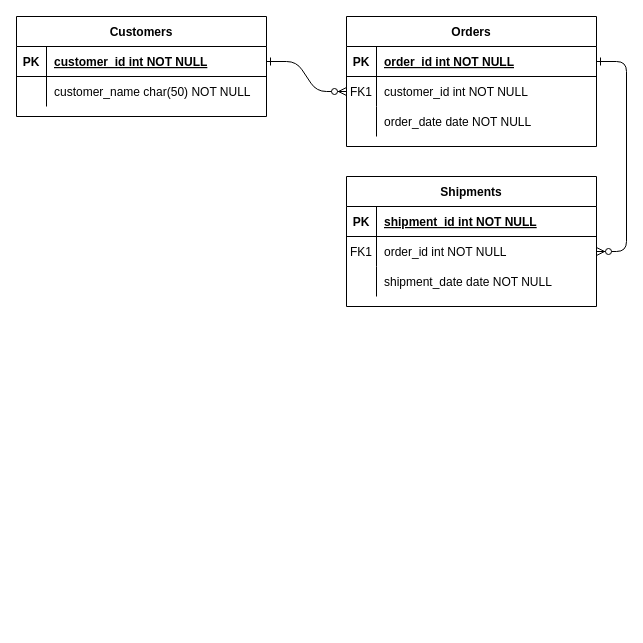
Above: Untitled Diagram.drawio in skyhunter96/libApp (draw.io), before the change. Source tidied: cells renumbered, new cells numbered last; positions are measured from the earlier drawing's top-left corner, leaving out a move shared by most shapes. Both pictures are drawn from the tidied source at 100%, with x=0, y=0 at pixel (16, 16).
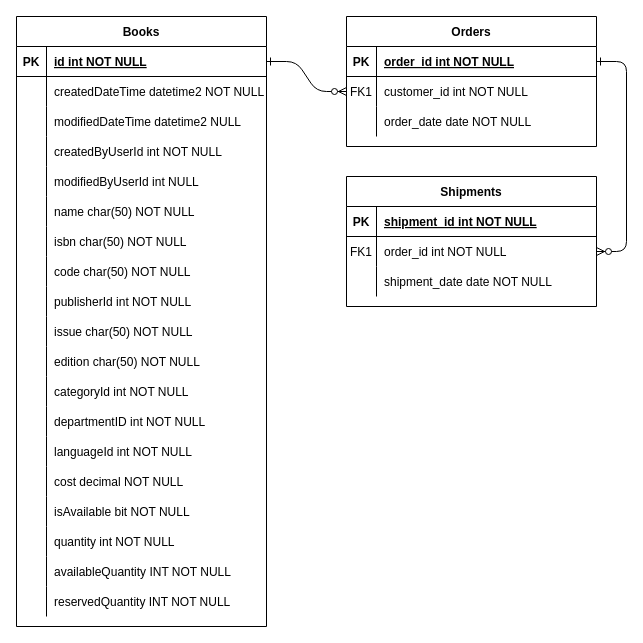
The same diagram, later.

Unchanged cells that the change refers to:
```xml
<mxCell id="25" style="shape=partialRectangle;fillColor=none;points=[[0,0.5],[1,0.5]];portConstraint=eastwest;top=0;left=0;right=0;bottom=1;" parent="24" vertex="1">
  <mxGeometry y="30" width="250" height="30" as="geometry" />
</mxCell>
```

Change to the diagram source:
```diff
@@
-    <mxCell id="24" value="Customers" style="shape=table;startSize=30;childLayout=tableLayout;rowLines=0;fontStyle=1;align=center;" parent="1" vertex="1">
-      <mxGeometry width="250" height="100" as="geometry" />
+    <mxCell id="24" value="Books" style="shape=table;startSize=30;childLayout=tableLayout;rowLines=0;fontStyle=1;align=center;" parent="1" vertex="1">
+      <mxGeometry width="250" height="610" as="geometry" />
     </mxCell>
@@
-    <mxCell id="27" value="customer_id int NOT NULL " style="shape=partialRectangle;overflow=hidden;fillColor=none;top=0;left=0;bottom=0;right=0;align=left;spacingLeft=6;fontStyle=5;" parent="25" vertex="1">
+    <mxCell id="27" value="id int NOT NULL " style="shape=partialRectangle;overflow=hidden;fillColor=none;top=0;left=0;bottom=0;right=0;align=left;spacingLeft=6;fontStyle=5;" parent="25" vertex="1">
       <mxGeometry x="30" width="220" height="30" as="geometry" />
     </mxCell>
+    <mxCell id="31" style="shape=partialRectangle;fillColor=none;top=0;left=0;right=0;bottom=0;" parent="24" vertex="1">
+      <mxGeometry y="60" width="250" height="30" as="geometry" />
+    </mxCell>
+    <mxCell id="32" style="shape=partialRectangle;overflow=hidden;fillColor=none;top=0;left=0;bottom=0;right=0;" parent="31" vertex="1">
+      <mxGeometry width="30" height="30" as="geometry" />
+    </mxCell>
+    <mxCell id="33" value="createdDateTime datetime2 NOT NULL" style="shape=partialRectangle;overflow=hidden;fillColor=none;top=0;left=0;bottom=0;right=0;align=left;spacingLeft=6;" parent="31" vertex="1">
+      <mxGeometry x="30" width="220" height="30" as="geometry" />
+    </mxCell>
+    <mxCell id="34" style="shape=partialRectangle;fillColor=none;top=0;left=0;right=0;bottom=0;" parent="24" vertex="1">
+      <mxGeometry y="90" width="250" height="30" as="geometry" />
+    </mxCell>
+    <mxCell id="35" style="shape=partialRectangle;overflow=hidden;fillColor=none;top=0;left=0;bottom=0;right=0;" parent="34" vertex="1">
+      <mxGeometry width="30" height="30" as="geometry" />
+    </mxCell>
+    <mxCell id="36" value="modifiedDateTime datetime2 NULL" style="shape=partialRectangle;overflow=hidden;fillColor=none;top=0;left=0;bottom=0;right=0;align=left;spacingLeft=6;" parent="34" vertex="1">
+      <mxGeometry x="30" width="220" height="30" as="geometry" />
+    </mxCell>
+    <mxCell id="37" style="shape=partialRectangle;fillColor=none;top=0;left=0;right=0;bottom=0;" parent="24" vertex="1">
+      <mxGeometry y="120" width="250" height="30" as="geometry" />
+    </mxCell>
+    <mxCell id="38" style="shape=partialRectangle;overflow=hidden;fillColor=none;top=0;left=0;bottom=0;right=0;" parent="37" vertex="1">
+      <mxGeometry width="30" height="30" as="geometry" />
+    </mxCell>
+    <mxCell id="39" value="createdByUserId int NOT NULL" style="shape=partialRectangle;overflow=hidden;fillColor=none;top=0;left=0;bottom=0;right=0;align=left;spacingLeft=6;" parent="37" vertex="1">
+      <mxGeometry x="30" width="220" height="30" as="geometry" />
+    </mxCell>
+    <mxCell id="40" style="shape=partialRectangle;fillColor=none;top=0;left=0;right=0;bottom=0;" parent="24" vertex="1">
+      <mxGeometry y="150" width="250" height="30" as="geometry" />
+    </mxCell>
+    <mxCell id="41" style="shape=partialRectangle;overflow=hidden;fillColor=none;top=0;left=0;bottom=0;right=0;" parent="40" vertex="1">
+      <mxGeometry width="30" height="30" as="geometry" />
+    </mxCell>
+    <mxCell id="42" value="modifiedByUserId int NULL" style="shape=partialRectangle;overflow=hidden;fillColor=none;top=0;left=0;bottom=0;right=0;align=left;spacingLeft=6;" parent="40" vertex="1">
+      <mxGeometry x="30" width="220" height="30" as="geometry" />
+    </mxCell>
     <mxCell id="28" style="shape=partialRectangle;fillColor=none;top=0;left=0;right=0;bottom=0;" parent="24" vertex="1">
-      <mxGeometry y="60" width="250" height="30" as="geometry" />
+      <mxGeometry y="180" width="250" height="30" as="geometry" />
     </mxCell>
@@
-    <mxCell id="30" value="customer_name char(50) NOT NULL" style="shape=partialRectangle;overflow=hidden;fillColor=none;top=0;left=0;bottom=0;right=0;align=left;spacingLeft=6;" parent="28" vertex="1">
+    <mxCell id="30" value="name char(50) NOT NULL" style="shape=partialRectangle;overflow=hidden;fillColor=none;top=0;left=0;bottom=0;right=0;align=left;spacingLeft=6;" parent="28" vertex="1">
       <mxGeometry x="30" width="220" height="30" as="geometry" />
     </mxCell>
+    <mxCell id="43" style="shape=partialRectangle;fillColor=none;top=0;left=0;right=0;bottom=0;" parent="24" vertex="1">
+      <mxGeometry y="210" width="250" height="30" as="geometry" />
+    </mxCell>
+    <mxCell id="44" style="shape=partialRectangle;overflow=hidden;fillColor=none;top=0;left=0;bottom=0;right=0;" parent="43" vertex="1">
+      <mxGeometry width="30" height="30" as="geometry" />
+    </mxCell>
+    <mxCell id="45" value="isbn char(50) NOT NULL" style="shape=partialRectangle;overflow=hidden;fillColor=none;top=0;left=0;bottom=0;right=0;align=left;spacingLeft=6;" parent="43" vertex="1">
+      <mxGeometry x="30" width="220" height="30" as="geometry" />
+    </mxCell>
+    <mxCell id="46" style="shape=partialRectangle;fillColor=none;top=0;left=0;right=0;bottom=0;" parent="24" vertex="1">
+      <mxGeometry y="240" width="250" height="30" as="geometry" />
+    </mxCell>
+    <mxCell id="47" style="shape=partialRectangle;overflow=hidden;fillColor=none;top=0;left=0;bottom=0;right=0;" parent="46" vertex="1">
+      <mxGeometry width="30" height="30" as="geometry" />
+    </mxCell>
+    <mxCell id="48" value="code char(50) NOT NULL" style="shape=partialRectangle;overflow=hidden;fillColor=none;top=0;left=0;bottom=0;right=0;align=left;spacingLeft=6;" parent="46" vertex="1">
+      <mxGeometry x="30" width="220" height="30" as="geometry" />
+    </mxCell>
+    <mxCell id="49" style="shape=partialRectangle;fillColor=none;top=0;left=0;right=0;bottom=0;" parent="24" vertex="1">
+      <mxGeometry y="270" width="250" height="30" as="geometry" />
+    </mxCell>
+    <mxCell id="50" style="shape=partialRectangle;overflow=hidden;fillColor=none;top=0;left=0;bottom=0;right=0;" parent="49" vertex="1">
+      <mxGeometry width="30" height="30" as="geometry" />
+    </mxCell>
+    <mxCell id="51" value="publisherId int NOT NULL" style="shape=partialRectangle;overflow=hidden;fillColor=none;top=0;left=0;bottom=0;right=0;align=left;spacingLeft=6;" parent="49" vertex="1">
+      <mxGeometry x="30" width="220" height="30" as="geometry" />
+    </mxCell>
+    <mxCell id="52" style="shape=partialRectangle;fillColor=none;top=0;left=0;right=0;bottom=0;" parent="24" vertex="1">
+      <mxGeometry y="300" width="250" height="30" as="geometry" />
+    </mxCell>
+    <mxCell id="53" style="shape=partialRectangle;overflow=hidden;fillColor=none;top=0;left=0;bottom=0;right=0;" parent="52" vertex="1">
+      <mxGeometry width="30" height="30" as="geometry" />
+    </mxCell>
+    <mxCell id="54" value="issue char(50) NOT NULL" style="shape=partialRectangle;overflow=hidden;fillColor=none;top=0;left=0;bottom=0;right=0;align=left;spacingLeft=6;" parent="52" vertex="1">
+      <mxGeometry x="30" width="220" height="30" as="geometry" />
+    </mxCell>
+    <mxCell id="55" style="shape=partialRectangle;fillColor=none;top=0;left=0;right=0;bottom=0;" parent="24" vertex="1">
+      <mxGeometry y="330" width="250" height="30" as="geometry" />
+    </mxCell>
+    <mxCell id="56" style="shape=partialRectangle;overflow=hidden;fillColor=none;top=0;left=0;bottom=0;right=0;" parent="55" vertex="1">
+      <mxGeometry width="30" height="30" as="geometry" />
+    </mxCell>
+    <mxCell id="57" value="edition char(50) NOT NULL" style="shape=partialRectangle;overflow=hidden;fillColor=none;top=0;left=0;bottom=0;right=0;align=left;spacingLeft=6;" parent="55" vertex="1">
+      <mxGeometry x="30" width="220" height="30" as="geometry" />
+    </mxCell>
+    <mxCell id="58" style="shape=partialRectangle;fillColor=none;top=0;left=0;right=0;bottom=0;" parent="24" vertex="1">
+      <mxGeometry y="360" width="250" height="30" as="geometry" />
+    </mxCell>
+    <mxCell id="59" style="shape=partialRectangle;overflow=hidden;fillColor=none;top=0;left=0;bottom=0;right=0;" parent="58" vertex="1">
+      <mxGeometry width="30" height="30" as="geometry" />
+    </mxCell>
+    <mxCell id="60" value="categoryId int NOT NULL" style="shape=partialRectangle;overflow=hidden;fillColor=none;top=0;left=0;bottom=0;right=0;align=left;spacingLeft=6;" parent="58" vertex="1">
+      <mxGeometry x="30" width="220" height="30" as="geometry" />
+    </mxCell>
+    <mxCell id="61" style="shape=partialRectangle;fillColor=none;top=0;left=0;right=0;bottom=0;" parent="24" vertex="1">
+      <mxGeometry y="390" width="250" height="30" as="geometry" />
+    </mxCell>
+    <mxCell id="62" style="shape=partialRectangle;overflow=hidden;fillColor=none;top=0;left=0;bottom=0;right=0;" parent="61" vertex="1">
+      <mxGeometry width="30" height="30" as="geometry" />
+    </mxCell>
+    <mxCell id="63" value="departmentID int NOT NULL" style="shape=partialRectangle;overflow=hidden;fillColor=none;top=0;left=0;bottom=0;right=0;align=left;spacingLeft=6;" parent="61" vertex="1">
+      <mxGeometry x="30" width="220" height="30" as="geometry" />
+    </mxCell>
+    <mxCell id="64" style="shape=partialRectangle;fillColor=none;top=0;left=0;right=0;bottom=0;" parent="24" vertex="1">
+      <mxGeometry y="420" width="250" height="30" as="geometry" />
+    </mxCell>
+    <mxCell id="65" style="shape=partialRectangle;overflow=hidden;fillColor=none;top=0;left=0;bottom=0;right=0;" parent="64" vertex="1">
+      <mxGeometry width="30" height="30" as="geometry" />
+    </mxCell>
+    <mxCell id="66" value="languageId int NOT NULL" style="shape=partialRectangle;overflow=hidden;fillColor=none;top=0;left=0;bottom=0;right=0;align=left;spacingLeft=6;" parent="64" vertex="1">
+      <mxGeometry x="30" width="220" height="30" as="geometry" />
+    </mxCell>
+    <mxCell id="67" style="shape=partialRectangle;fillColor=none;top=0;left=0;right=0;bottom=0;" parent="24" vertex="1">
+      <mxGeometry y="450" width="250" height="30" as="geometry" />
+    </mxCell>
+    <mxCell id="68" style="shape=partialRectangle;overflow=hidden;fillColor=none;top=0;left=0;bottom=0;right=0;" parent="67" vertex="1">
+      <mxGeometry width="30" height="30" as="geometry" />
+    </mxCell>
+    <mxCell id="69" value="cost decimal NOT NULL" style="shape=partialRectangle;overflow=hidden;fillColor=none;top=0;left=0;bottom=0;right=0;align=left;spacingLeft=6;" parent="67" vertex="1">
+      <mxGeometry x="30" width="220" height="30" as="geometry" />
+    </mxCell>
+    <mxCell id="70" style="shape=partialRectangle;fillColor=none;top=0;left=0;right=0;bottom=0;" parent="24" vertex="1">
+      <mxGeometry y="480" width="250" height="30" as="geometry" />
+    </mxCell>
+    <mxCell id="71" style="shape=partialRectangle;overflow=hidden;fillColor=none;top=0;left=0;bottom=0;right=0;" parent="70" vertex="1">
+      <mxGeometry width="30" height="30" as="geometry" />
+    </mxCell>
+    <mxCell id="72" value="isAvailable bit NOT NULL" style="shape=partialRectangle;overflow=hidden;fillColor=none;top=0;left=0;bottom=0;right=0;align=left;spacingLeft=6;" parent="70" vertex="1">
+      <mxGeometry x="30" width="220" height="30" as="geometry" />
+    </mxCell>
+    <mxCell id="73" style="shape=partialRectangle;fillColor=none;top=0;left=0;right=0;bottom=0;" parent="24" vertex="1">
+      <mxGeometry y="510" width="250" height="30" as="geometry" />
+    </mxCell>
+    <mxCell id="74" style="shape=partialRectangle;overflow=hidden;fillColor=none;top=0;left=0;bottom=0;right=0;" parent="73" vertex="1">
+      <mxGeometry width="30" height="30" as="geometry" />
+    </mxCell>
+    <mxCell id="75" value="quantity int NOT NULL" style="shape=partialRectangle;overflow=hidden;fillColor=none;top=0;left=0;bottom=0;right=0;align=left;spacingLeft=6;" parent="73" vertex="1">
+      <mxGeometry x="30" width="220" height="30" as="geometry" />
+    </mxCell>
+    <mxCell id="76" style="shape=partialRectangle;fillColor=none;top=0;left=0;right=0;bottom=0;" parent="24" vertex="1">
+      <mxGeometry y="540" width="250" height="30" as="geometry" />
+    </mxCell>
+    <mxCell id="77" style="shape=partialRectangle;overflow=hidden;fillColor=none;top=0;left=0;bottom=0;right=0;" parent="76" vertex="1">
+      <mxGeometry width="30" height="30" as="geometry" />
+    </mxCell>
+    <mxCell id="78" value="availableQuantity INT NOT NULL" style="shape=partialRectangle;overflow=hidden;fillColor=none;top=0;left=0;bottom=0;right=0;align=left;spacingLeft=6;" parent="76" vertex="1">
+      <mxGeometry x="30" width="220" height="30" as="geometry" />
+    </mxCell>
+    <mxCell id="79" style="shape=partialRectangle;fillColor=none;top=0;left=0;right=0;bottom=0;" parent="24" vertex="1">
+      <mxGeometry y="570" width="250" height="30" as="geometry" />
+    </mxCell>
+    <mxCell id="80" style="shape=partialRectangle;overflow=hidden;fillColor=none;top=0;left=0;bottom=0;right=0;" parent="79" vertex="1">
+      <mxGeometry width="30" height="30" as="geometry" />
+    </mxCell>
+    <mxCell id="81" value="reservedQuantity INT NOT NULL" style="shape=partialRectangle;overflow=hidden;fillColor=none;top=0;left=0;bottom=0;right=0;align=left;spacingLeft=6;" parent="79" vertex="1">
+      <mxGeometry x="30" width="220" height="30" as="geometry" />
+    </mxCell>
```
